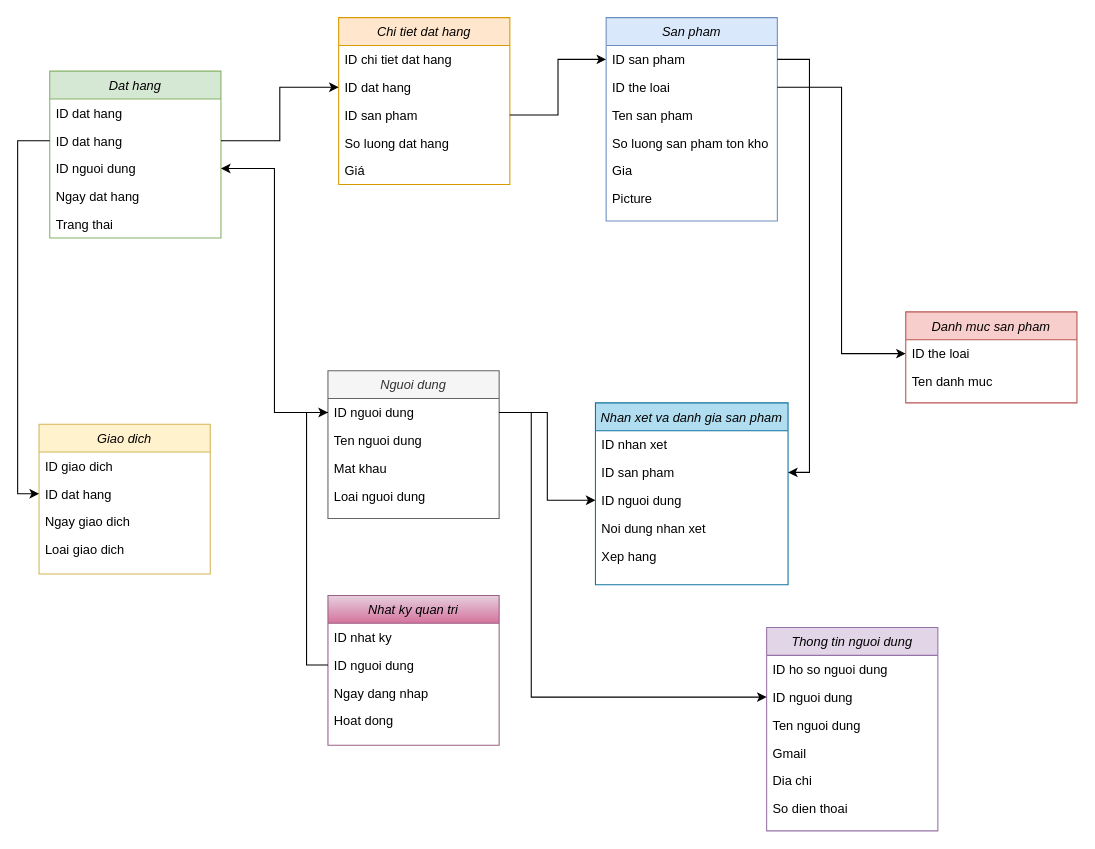
Above: Untitled Diagram.drawio in DangNgocDuong250903/DoAn (draw.io), before the change. Source tidied: cells renumbered, new cells numbered last; positions are measured from the earlier drawing's top-left corner, leaving out a move shared by most shapes. Both pictures are drawn from the tidied source at 107%, with x=0, y=0 at pixel (39, 17).
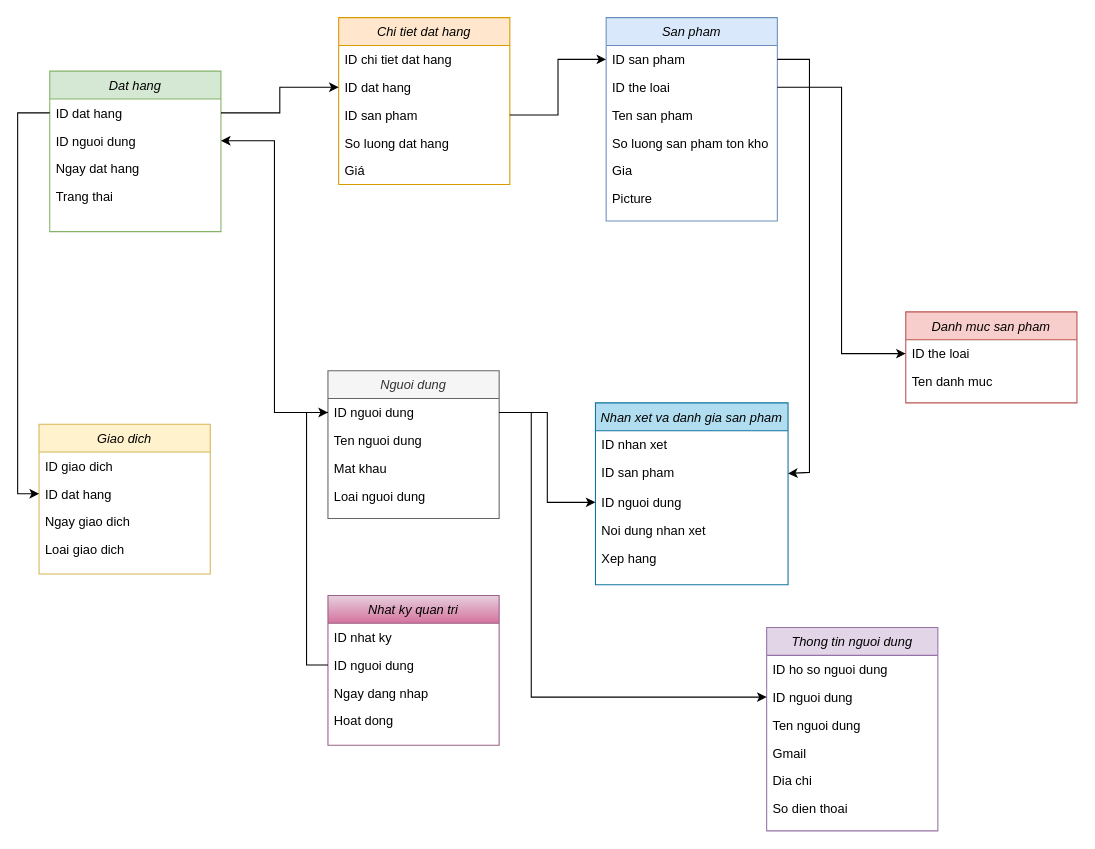
The same page after the edit.

The change refers to these unchanged cells:
```xml
<mxCell id="53" value="Nhan xet va danh gia san pham" style="swimlane;fontStyle=2;align=center;verticalAlign=top;horizontal=1;startSize=26;rounded=0;shadow=0;strokeWidth=1;fillColor=#b1ddf0;strokeColor=#10739e;" parent="1" vertex="1">
  <mxGeometry x="520" y="360" width="180" height="170" as="geometry" />
</mxCell>
```

What changed in the source:
```diff
@@
     <mxCell id="14" value="Dat hang" style="swimlane;fontStyle=2;align=center;verticalAlign=top;horizontal=1;startSize=26;rounded=0;shadow=0;strokeWidth=1;fillColor=#d5e8d4;strokeColor=#82b366;" parent="1" vertex="1">
-      <mxGeometry x="10" y="50" width="160" height="156" as="geometry" />
+      <mxGeometry x="10" y="50" width="160" height="150" as="geometry" />
     </mxCell>
-    <mxCell id="15" value="ID dat hang" style="text;align=left;verticalAlign=top;spacingLeft=4;spacingRight=4;overflow=hidden;" parent="14" vertex="1">
-      <mxGeometry y="26" width="160" height="26" as="geometry" />
-    </mxCell>
     <mxCell id="16" value="ID dat hang" style="text;align=left;verticalAlign=top;spacingLeft=4;spacingRight=4;overflow=hidden;points=[[0,0.5],[1,0.5]];portConstraint=eastwest;" parent="14" vertex="1">
-      <mxGeometry y="52" width="160" height="26" as="geometry" />
+      <mxGeometry y="26" width="160" height="26" as="geometry" />
     </mxCell>
     <mxCell id="17" value="ID nguoi dung" style="text;align=left;verticalAlign=top;spacingLeft=4;spacingRight=4;overflow=hidden;points=[[0,0.5],[1,0.5]];portConstraint=eastwest;rounded=0;shadow=0;html=0;" parent="14" vertex="1">
-      <mxGeometry y="78" width="160" height="26" as="geometry" />
+      <mxGeometry y="52" width="160" height="26" as="geometry" />
     </mxCell>
     <mxCell id="18" value="Ngay dat hang" style="text;align=left;verticalAlign=top;spacingLeft=4;spacingRight=4;overflow=hidden;rounded=0;shadow=0;html=0;" parent="14" vertex="1">
-      <mxGeometry y="104" width="160" height="26" as="geometry" />
+      <mxGeometry y="78" width="160" height="26" as="geometry" />
     </mxCell>
     <mxCell id="19" value="Trang thai" style="text;align=left;verticalAlign=top;spacingLeft=4;spacingRight=4;overflow=hidden;rounded=0;shadow=0;html=0;" parent="14" vertex="1">
-      <mxGeometry y="130" width="160" height="26" as="geometry" />
+      <mxGeometry y="104" width="160" height="26" as="geometry" />
     </mxCell>
@@
     <mxCell id="55" value="ID san pham" style="text;align=left;verticalAlign=top;spacingLeft=4;spacingRight=4;overflow=hidden;points=[[0,0.5],[1,0.5]];portConstraint=eastwest;rounded=0;shadow=0;html=0;" parent="53" vertex="1">
-      <mxGeometry y="52" width="180" height="26" as="geometry" />
+      <mxGeometry y="52" width="180" height="28" as="geometry" />
     </mxCell>
     <mxCell id="56" value="ID nguoi dung" style="text;align=left;verticalAlign=top;spacingLeft=4;spacingRight=4;overflow=hidden;points=[[0,0.5],[1,0.5]];portConstraint=eastwest;rounded=0;shadow=0;html=0;" parent="53" vertex="1">
-      <mxGeometry y="78" width="180" height="26" as="geometry" />
+      <mxGeometry y="80" width="180" height="26" as="geometry" />
     </mxCell>
     <mxCell id="57" value="Noi dung nhan xet" style="text;align=left;verticalAlign=top;spacingLeft=4;spacingRight=4;overflow=hidden;rounded=0;shadow=0;html=0;" parent="53" vertex="1">
-      <mxGeometry y="104" width="180" height="26" as="geometry" />
+      <mxGeometry y="106" width="180" height="26" as="geometry" />
     </mxCell>
     <mxCell id="58" value="Xep hang" style="text;align=left;verticalAlign=top;spacingLeft=4;spacingRight=4;overflow=hidden;rounded=0;shadow=0;html=0;" parent="53" vertex="1">
-      <mxGeometry y="130" width="180" height="26" as="geometry" />
+      <mxGeometry y="132" width="180" height="26" as="geometry" />
     </mxCell>
```
